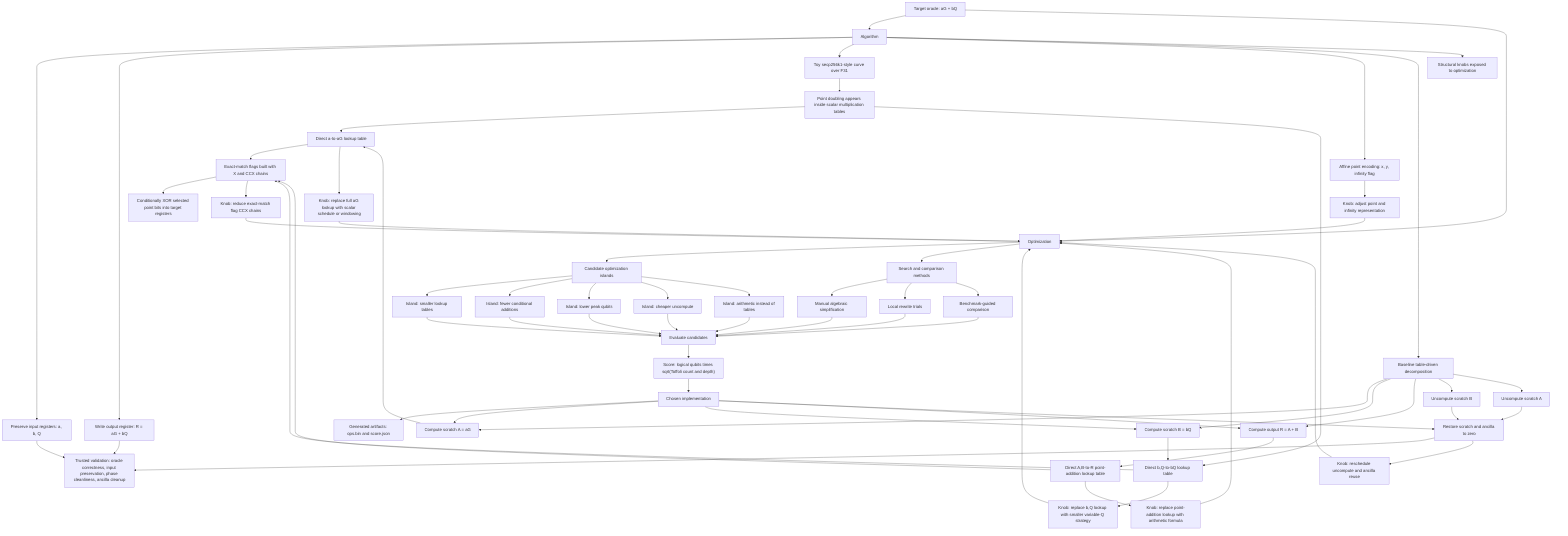
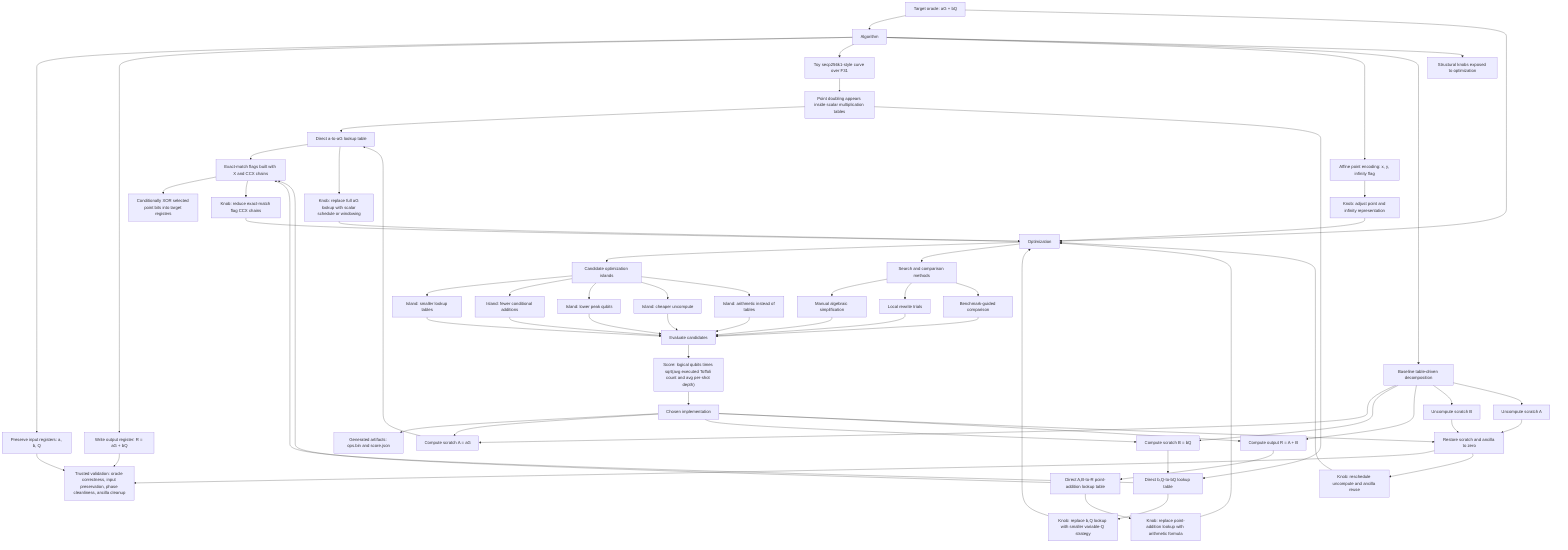
flowchart TD
  Target["Target oracle: aG + bQ"]
  Algorithm["Algorithm"]
  Optimization["Optimization"]

  Target --> Algorithm
  Target --> Optimization

  Algorithm --> ABI["Preserve input registers: a, b, Q"]
  Algorithm --> Output["Write output register: R = aG + bQ"]
  Algorithm --> Curve["Toy secp256k1-style curve over F31"]
  Algorithm --> Encoding["Affine point encoding: x, y, infinity flag"]

  Algorithm --> Baseline["Baseline table-driven decomposition"]
  Baseline --> AG["Compute scratch A = aG"]
  Baseline --> BQ["Compute scratch B = bQ"]
  Baseline --> Add["Compute output R = A + B"]
  Baseline --> UncomputeB["Uncompute scratch B"]
  Baseline --> UncomputeA["Uncompute scratch A"]

  AG --> AGTable["Direct a-to-aG lookup table"]
  BQ --> BQTable["Direct b,Q-to-bQ lookup table"]
  Add --> AddTable["Direct A,B-to-R point-addition lookup table"]
  UncomputeB --> Cleanup["Restore scratch and ancilla to zero"]
  UncomputeA --> Cleanup

  AGTable --> MatchFlags["Exact-match flags built with X and CCX chains"]
  BQTable --> MatchFlags
  AddTable --> MatchFlags
  MatchFlags --> PointXor["Conditionally XOR selected point bits into target registers"]

  Curve --> PointDoubling["Point doubling appears inside scalar multiplication tables"]
  PointDoubling --> AGTable
  PointDoubling --> BQTable

  ABI --> Validation["Trusted validation: oracle correctness, input preservation, phase cleanliness, ancilla cleanup"]
  Cleanup --> Validation
  Output --> Validation

  Algorithm --> Knobs["Structural knobs exposed to optimization"]
  AGTable --> K1["Knob: replace full aG lookup with scalar schedule or windowing"]
  BQTable --> K2["Knob: replace b,Q lookup with smaller variable-Q strategy"]
  AddTable --> K3["Knob: replace point-addition lookup with arithmetic formula"]
  MatchFlags --> K4["Knob: reduce exact-match flag CCX chains"]
  Cleanup --> K5["Knob: reschedule uncompute and ancilla reuse"]
  Encoding --> K6["Knob: adjust point and infinity representation"]

  K1 --> Optimization
  K2 --> Optimization
  K3 --> Optimization
  K4 --> Optimization
  K5 --> Optimization
  K6 --> Optimization

  Optimization --> Islands["Candidate optimization islands"]
  Islands --> I1["Island: smaller lookup tables"]
  Islands --> I2["Island: fewer conditional additions"]
  Islands --> I3["Island: lower peak qubits"]
  Islands --> I4["Island: cheaper uncompute"]
  Islands --> I5["Island: arithmetic instead of tables"]

  Optimization --> Methods["Search and comparison methods"]
  Methods --> M1["Manual algebraic simplification"]
  Methods --> M2["Local rewrite trials"]
  Methods --> M3["Benchmark-guided comparison"]

  I1 --> Eval["Evaluate candidates"]
  I2 --> Eval
  I3 --> Eval
  I4 --> Eval
  I5 --> Eval
  M1 --> Eval
  M2 --> Eval
  M3 --> Eval

-   Eval --> Score["Score: logical qubits times sqrt(Toffoli count and depth)"]
+   Eval --> Score["Score: logical qubits times sqrt(avg executed Toffoli count and avg per-shot depth)"]
  Score --> Choice["Chosen implementation"]
  Choice --> Artifact["Generated artifacts: ops.bin and score.json"]
  Choice --> AG
  Choice --> BQ
  Choice --> Add
  Choice --> Cleanup
